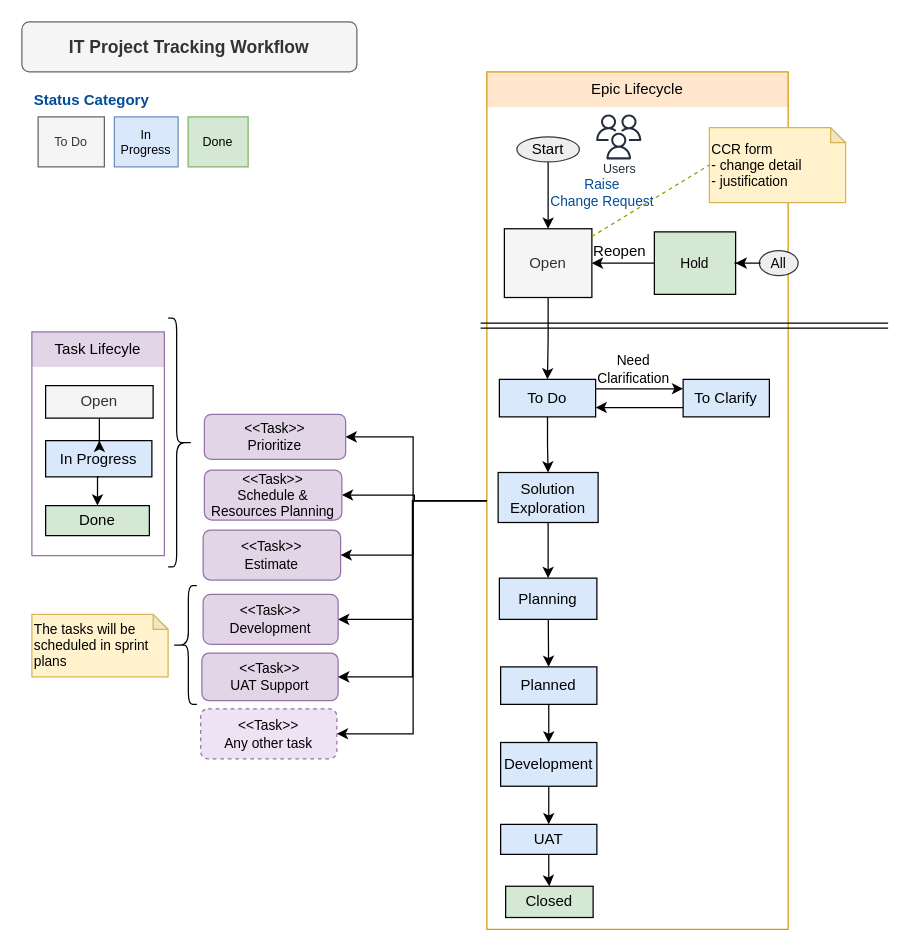
The draw.io diagram page "Workflow(Epic Only) - 20190730" (4 of 8) of Change Request Workflow.drawio in whalebig27/change-request-process-diagram, before the edit. Source tidied: cells renumbered, new cells numbered last; positions are measured from the earlier drawing's top-left corner, leaving out a move shared by most shapes. Both pictures are drawn from the tidied source at 125%, with x=0, y=0 at pixel (21, 21).
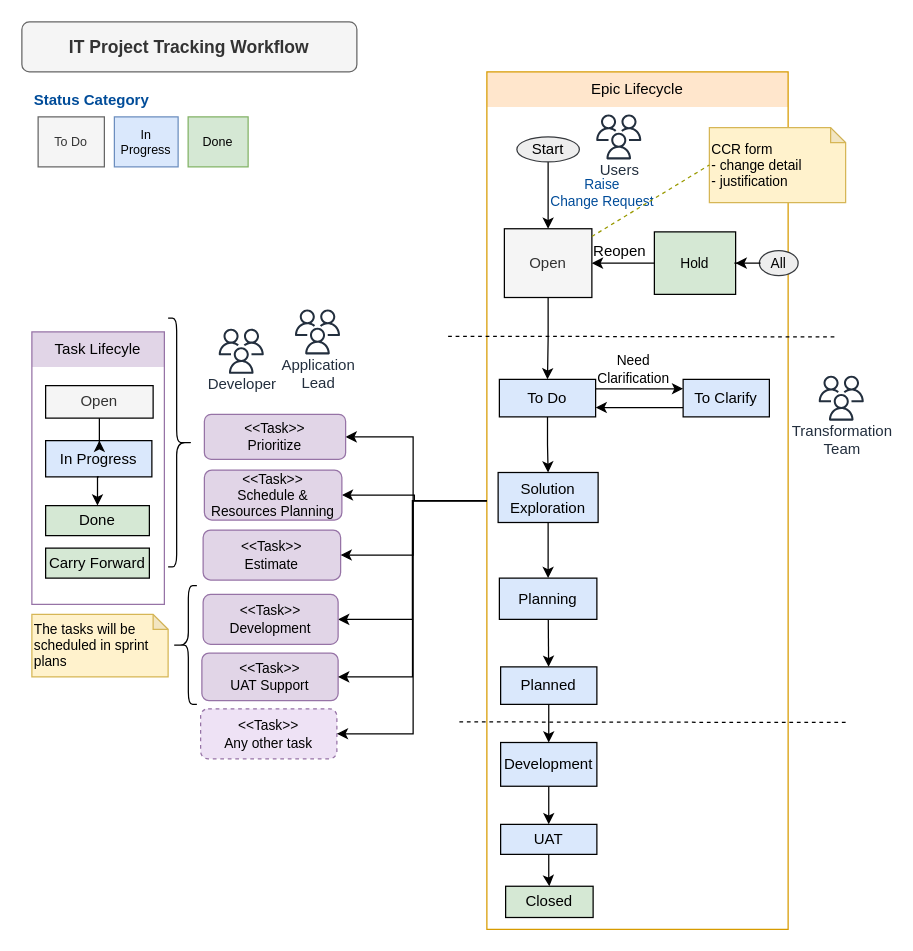
Above is the later version.

Unchanged cells that the change refers to:
```xml
<mxCell id="2" value="Epic Lifecycle" style="swimlane;fontStyle=0;horizontal=1;startSize=28;swimlaneLine=0;swimlaneFillColor=#ffffff;fillColor=#ffe6cc;rounded=0;whiteSpace=wrap;html=1;absoluteArcSize=1;arcSize=0;strokeColor=#d79b00;verticalAlign=top;align=center;spacingLeft=0;dashed=0;strokeWidth=1;labelBackgroundColor=none;" parent="1" vertex="1">
  <mxGeometry x="372" y="40" width="241" height="686" as="geometry" />
</mxCell>
```

Diff of the diagram source:
```diff
@@
+    <mxCell id="60" style="endArrow=none;dashed=1;html=1;fontSize=12;" parent="2" edge="1">
+      <mxGeometry relative="1" as="geometry">
+        <mxPoint x="-31" y="211.5" as="sourcePoint" />
+        <mxPoint x="281" y="212" as="targetPoint" />
+      </mxGeometry>
+    </mxCell>
+    <mxCell id="61" style="endArrow=none;dashed=1;html=1;fontSize=12;" parent="2" edge="1">
+      <mxGeometry relative="1" as="geometry">
+        <mxPoint x="-22" y="520" as="sourcePoint" />
+        <mxPoint x="290" y="520.5" as="targetPoint" />
+      </mxGeometry>
+    </mxCell>
@@
-    <mxCell id="17" value="Users" style="fontColor=#232F3E;gradientColor=none;strokeColor=#232F3E;fillColor=#ffffff;dashed=0;verticalLabelPosition=bottom;verticalAlign=top;align=center;html=1;fontSize=10;fontStyle=0;shape=mxgraph.aws4.resourceIcon;resIcon=mxgraph.aws4.users;spacingTop=-10;" parent="1" vertex="1">
+    <mxCell id="17" value="Users" style="fontColor=#232F3E;gradientColor=none;strokeColor=#232F3E;fillColor=#ffffff;dashed=0;verticalLabelPosition=bottom;verticalAlign=top;align=center;html=1;fontSize=12;fontStyle=0;shape=mxgraph.aws4.resourceIcon;resIcon=mxgraph.aws4.users;spacingTop=-10;" parent="1" vertex="1">
       <mxGeometry x="455" y="69.5" width="45" height="45" as="geometry" />
     </mxCell>
@@
-    <mxCell id="22" style="shape=link;html=1;" parent="1" edge="1">
-      <mxGeometry relative="1" as="geometry">
-        <mxPoint x="367" y="243" as="sourcePoint" />
-        <mxPoint x="693" y="243" as="targetPoint" />
-      </mxGeometry>
-    </mxCell>
@@
     <mxCell id="29" value="Task Lifecyle" style="swimlane;fontStyle=0;horizontal=1;startSize=28;swimlaneLine=0;swimlaneFillColor=none;fillColor=#e1d5e7;rounded=0;whiteSpace=wrap;html=1;absoluteArcSize=1;arcSize=0;strokeColor=#9673a6;verticalAlign=top;align=center;spacingLeft=0;dashed=0;strokeWidth=1;labelBackgroundColor=none;" parent="1" vertex="1">
-      <mxGeometry x="8" y="248" width="106" height="179" as="geometry" />
+      <mxGeometry x="8" y="248" width="106" height="218" as="geometry" />
     </mxCell>
@@
+    <mxCell id="62" value="Carry Forward" style="rounded=0;whiteSpace=wrap;html=1;strokeColor=#000000;fontSize=12;align=center;fillColor=#d5e8d4;strokeWidth=1;perimeterSpacing=0;" parent="29" vertex="1">
+      <mxGeometry x="11" y="173" width="83" height="24" as="geometry" />
+    </mxCell>
@@
+    <mxCell id="63" value="Transformation &lt;br style=&quot;font-size: 12px;&quot;&gt;Team" style="fontColor=#232F3E;gradientColor=none;strokeColor=#232F3E;fillColor=#ffffff;dashed=0;verticalLabelPosition=bottom;verticalAlign=top;align=center;html=1;fontSize=12;fontStyle=0;shape=mxgraph.aws4.resourceIcon;resIcon=mxgraph.aws4.users;spacingTop=-10;" parent="1" vertex="1">
+      <mxGeometry x="633" y="278.5" width="45" height="45" as="geometry" />
+    </mxCell>
+    <mxCell id="64" value="Developer" style="fontColor=#232F3E;gradientColor=none;strokeColor=#232F3E;fillColor=#ffffff;dashed=0;verticalLabelPosition=bottom;verticalAlign=top;align=center;html=1;fontSize=12;fontStyle=0;shape=mxgraph.aws4.resourceIcon;resIcon=mxgraph.aws4.users;spacingTop=-10;" parent="1" vertex="1">
+      <mxGeometry x="153" y="241" width="45" height="45" as="geometry" />
+    </mxCell>
+    <mxCell id="65" value="Application &lt;br&gt;Lead" style="fontColor=#232F3E;gradientColor=none;strokeColor=#232F3E;fillColor=#ffffff;dashed=0;verticalLabelPosition=bottom;verticalAlign=top;align=center;html=1;fontSize=12;fontStyle=0;shape=mxgraph.aws4.resourceIcon;resIcon=mxgraph.aws4.users;spacingTop=-10;" parent="1" vertex="1">
+      <mxGeometry x="214" y="225.5" width="45" height="45" as="geometry" />
+    </mxCell>
```
